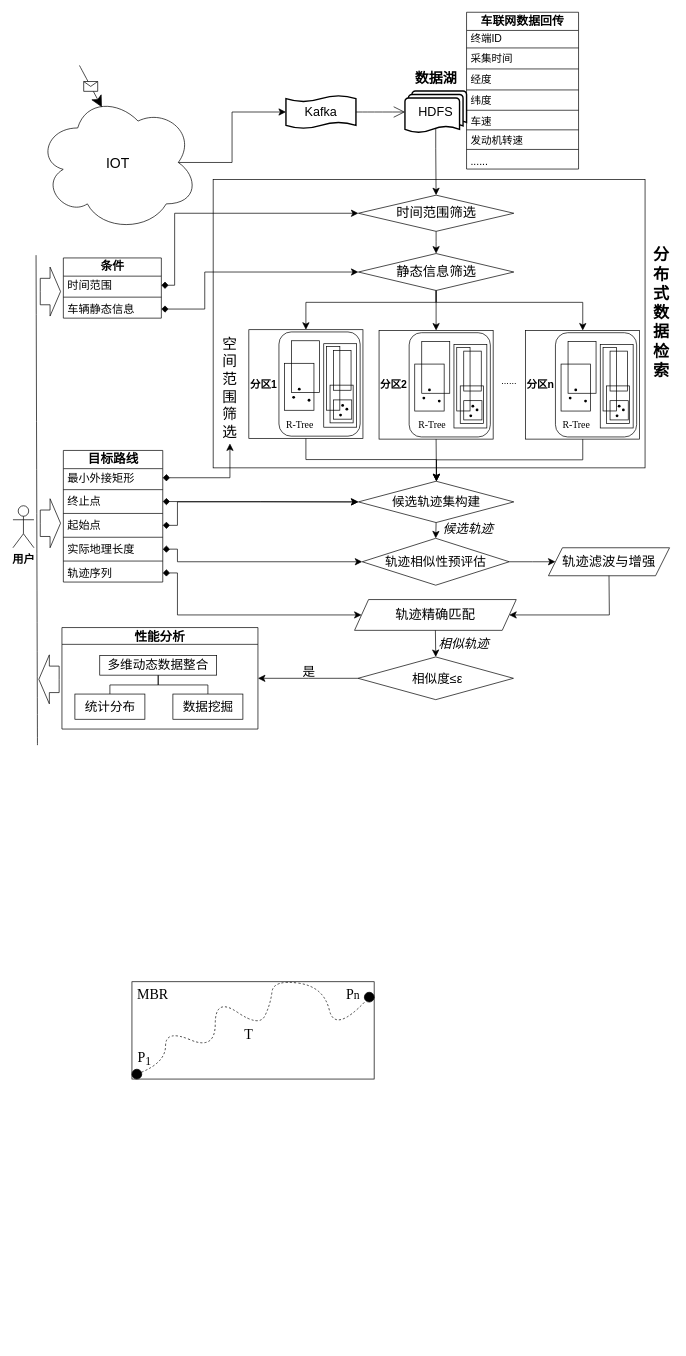
The draw.io diagram 专利1.drawio in wangwuhua11/draw, before the edit. Source tidied: cells renumbered, new cells numbered last; positions are measured from the earlier drawing's top-left corner, leaving out a move shared by most shapes. Both pictures are drawn from the tidied source at 70%, with x=0, y=0 at pixel (13, 12).
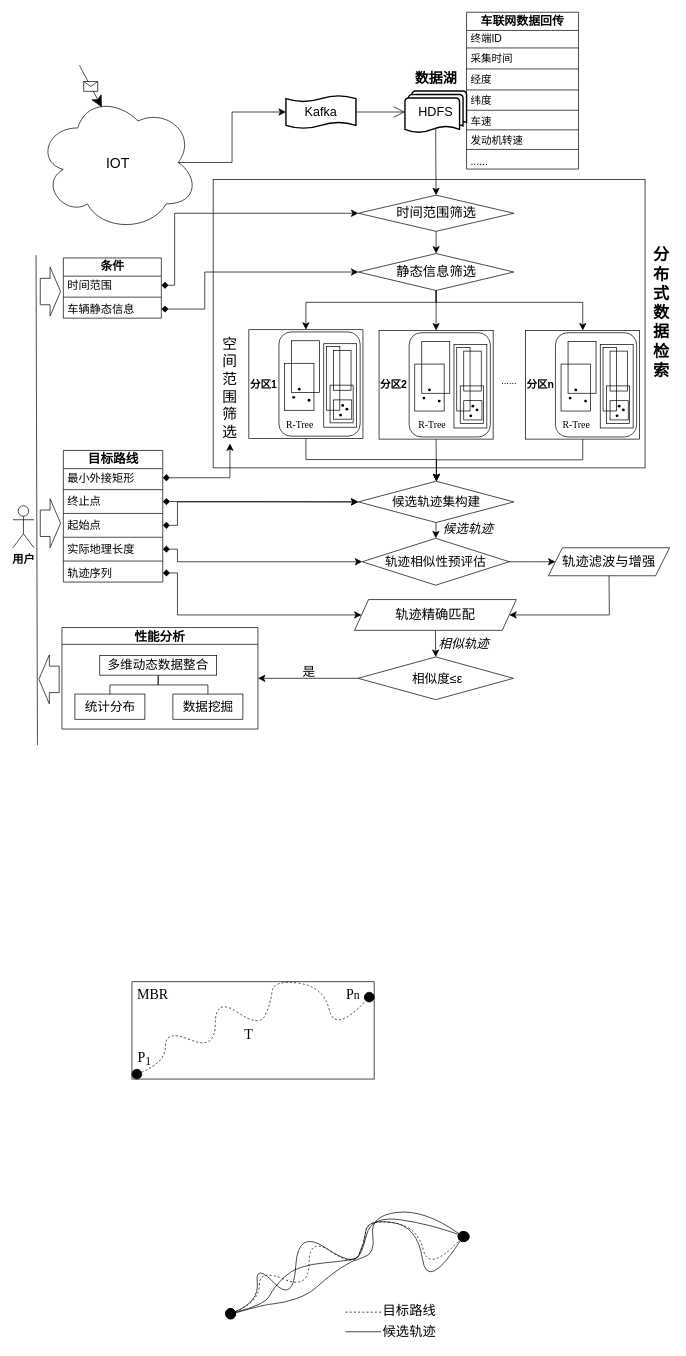
The same diagram, later.

The edit, as a diff of the source:
```diff
@@
+    <mxCell id="145" style="group;" parent="1" vertex="1">
+      <mxGeometry x="311" y="1710" width="334" height="192" as="geometry" />
+    </mxCell>
+    <mxCell id="146" style="curved=1;endArrow=oval;html=1;rounded=0;fontFamily=Architects Daughter;fontSize=16;startSize=14;endSize=14;sourcePerimeterSpacing=8;targetPerimeterSpacing=8;endFill=1;startArrow=oval;startFill=1;dashed=1;" parent="145" edge="1">
+      <mxGeometry relative="1" as="geometry">
+        <mxPoint y="149" as="sourcePoint" />
+        <mxPoint x="332" y="39" as="targetPoint" />
+        <Array as="points">
+          <mxPoint x="41" y="132" />
+          <mxPoint x="41" y="85" />
+          <mxPoint x="112" y="115" />
+          <mxPoint x="112" y="39" />
+          <mxPoint x="175" y="82" />
+          <mxPoint x="191" y="49" />
+          <mxPoint x="195" y="14" />
+          <mxPoint x="267" y="24" />
+          <mxPoint x="283" y="91" />
+        </Array>
+      </mxGeometry>
+    </mxCell>
+    <mxCell id="147" style="curved=1;endArrow=oval;html=1;rounded=0;fontFamily=Architects Daughter;fontSize=16;startSize=14;endSize=14;sourcePerimeterSpacing=8;targetPerimeterSpacing=8;endFill=1;startArrow=oval;startFill=1;" parent="145" edge="1">
+      <mxGeometry relative="1" as="geometry">
+        <mxPoint y="150" as="sourcePoint" />
+        <mxPoint x="332" y="39" as="targetPoint" />
+        <Array as="points">
+          <mxPoint x="48" y="136" />
+          <mxPoint x="75" y="134" />
+          <mxPoint x="113" y="121" />
+          <mxPoint x="138" y="97" />
+          <mxPoint x="173" y="73" />
+          <mxPoint x="207" y="64" />
+          <mxPoint x="199" y="9" />
+          <mxPoint x="277" />
+        </Array>
+      </mxGeometry>
+    </mxCell>
+    <mxCell id="148" style="curved=1;endArrow=oval;html=1;rounded=0;fontFamily=Architects Daughter;fontSize=16;startSize=14;endSize=14;sourcePerimeterSpacing=8;targetPerimeterSpacing=8;endFill=1;startArrow=oval;startFill=1;" parent="145" edge="1">
+      <mxGeometry relative="1" as="geometry">
+        <mxPoint y="149" as="sourcePoint" />
+        <mxPoint x="332" y="39" as="targetPoint" />
+        <Array as="points">
+          <mxPoint x="41" y="132" />
+          <mxPoint x="35" y="77" />
+          <mxPoint x="90" y="134" />
+          <mxPoint x="96" y="28" />
+          <mxPoint x="175" y="82" />
+          <mxPoint x="191" y="49" />
+          <mxPoint x="195" y="14" />
+          <mxPoint x="267" y="24" />
+          <mxPoint x="281" y="118" />
+        </Array>
+      </mxGeometry>
+    </mxCell>
+    <mxCell id="149" style="curved=1;endArrow=oval;html=1;rounded=0;fontFamily=Architects Daughter;fontSize=16;startSize=14;endSize=14;sourcePerimeterSpacing=8;targetPerimeterSpacing=8;endFill=1;startArrow=oval;startFill=1;" parent="145" edge="1">
+      <mxGeometry relative="1" as="geometry">
+        <mxPoint y="149" as="sourcePoint" />
+        <mxPoint x="334" y="39" as="targetPoint" />
+        <Array as="points">
+          <mxPoint x="50" y="136" />
+          <mxPoint x="61" y="112" />
+          <mxPoint x="94" y="80" />
+          <mxPoint x="175" y="73" />
+          <mxPoint x="187" y="65" />
+          <mxPoint x="201" y="9" />
+          <mxPoint x="284" y="21" />
+        </Array>
+      </mxGeometry>
+    </mxCell>
+    <mxCell id="150" style="line;strokeWidth=1;html=1;fontFamily=Architects Daughter;dashed=1;" parent="145" vertex="1">
+      <mxGeometry x="164" y="142" width="51" height="10" as="geometry" />
+    </mxCell>
+    <mxCell id="151" value="&lt;font style=&quot;font-size: 19px;&quot; face=&quot;宋体&quot;&gt;目标路线&lt;/font&gt;" style="text;html=1;align=center;verticalAlign=middle;strokeColor=none;fillColor=none;fontSize=20;fontFamily=Architects Daughter;" parent="145" vertex="1">
+      <mxGeometry x="208" y="127" width="94" height="36" as="geometry" />
+    </mxCell>
+    <mxCell id="152" style="line;strokeWidth=1;html=1;fontFamily=Architects Daughter;" parent="145" vertex="1">
+      <mxGeometry x="164" y="170" width="51" height="10" as="geometry" />
+    </mxCell>
+    <mxCell id="153" value="&lt;font face=&quot;宋体&quot;&gt;&lt;span style=&quot;font-size: 19px;&quot;&gt;候选轨迹&lt;/span&gt;&lt;/font&gt;" style="text;html=1;align=center;verticalAlign=middle;strokeColor=none;fillColor=none;fontSize=20;fontFamily=Architects Daughter;" parent="145" vertex="1">
+      <mxGeometry x="208" y="155" width="94" height="37" as="geometry" />
+    </mxCell>
```
